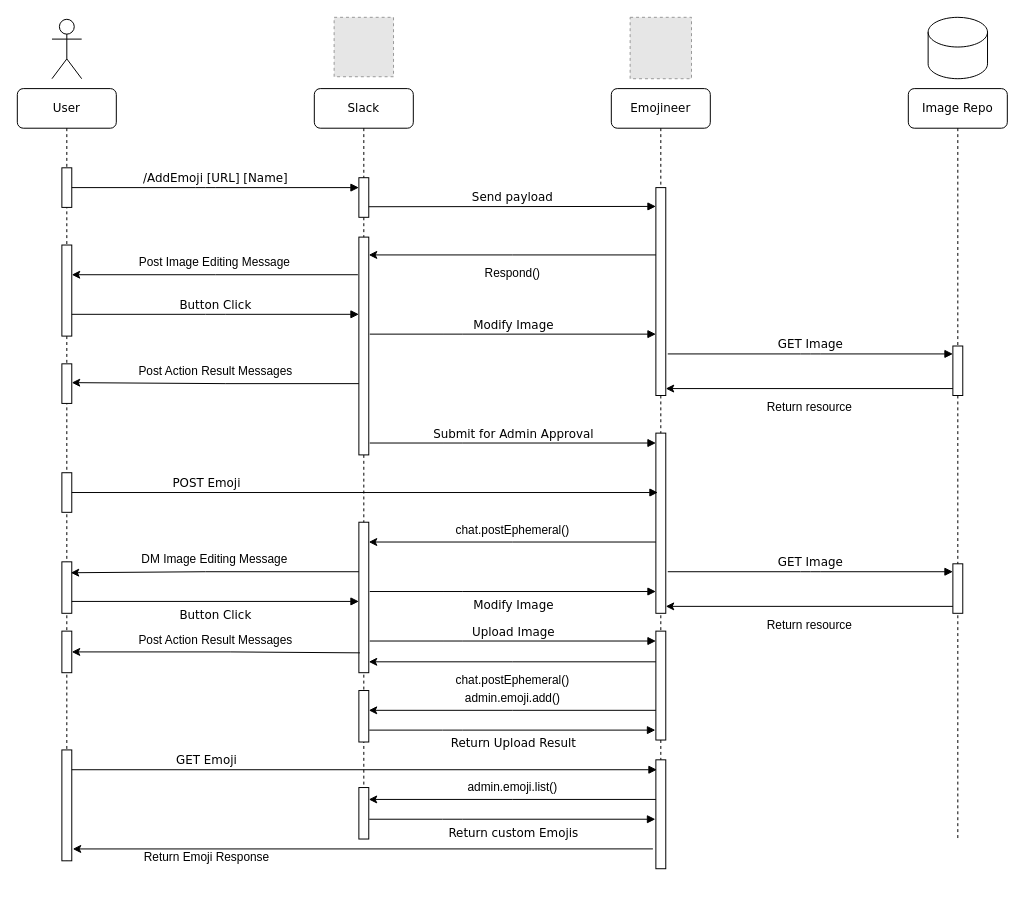
JoshBleggi/Emojineer keeps this draw.io diagram as Diagrams/Interaction Design.drawio. Above is the earlier version. Source tidied: cells renumbered, new cells numbered last; positions are measured from the earlier drawing's top-left corner, leaving out a move shared by most shapes. Both pictures are drawn from the tidied source at 99%, with x=0, y=0 at pixel (17, 17). Pictures stored in the file or linked from it are replaced by grey dashed boxes.
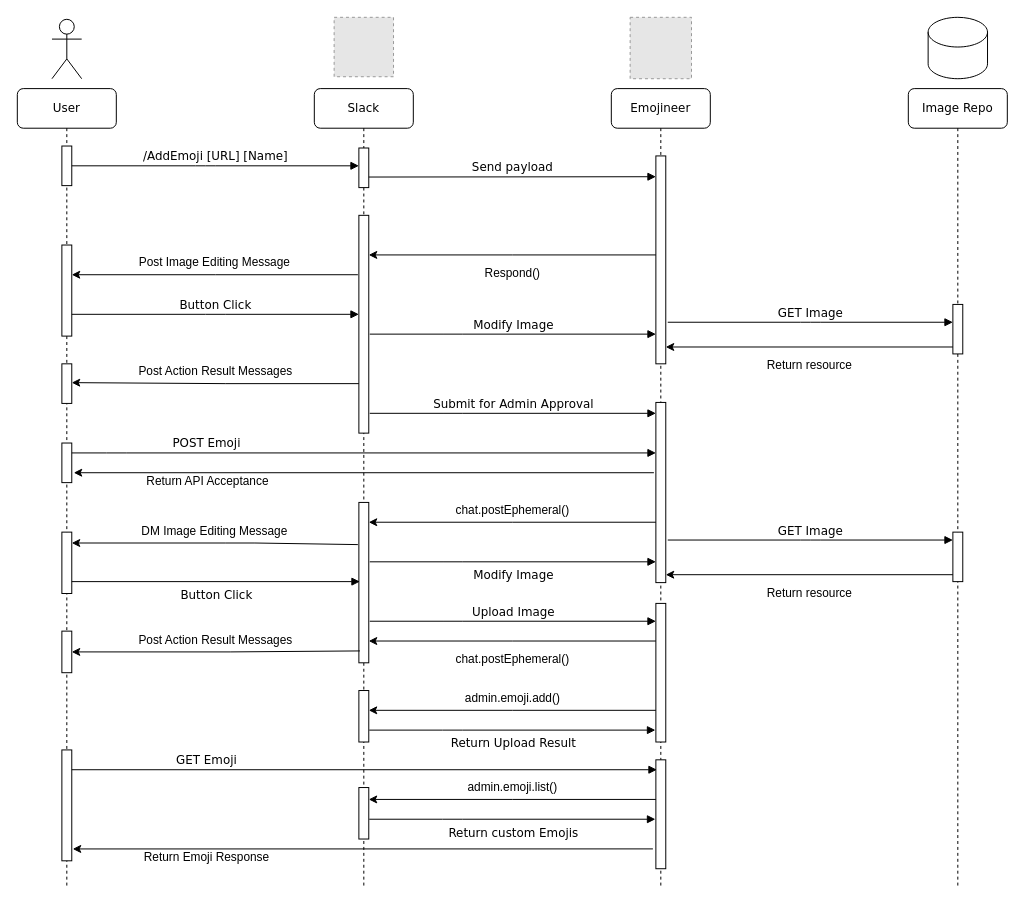
The same page after the edit.

Commit message:
Minor layout tweaks to Interaction Design

Unchanged cells that the change refers to:
```xml
<mxCell id="19" style="html=1;points=[];perimeter=orthogonalPerimeter;rounded=0;shadow=0;comic=0;labelBackgroundColor=none;strokeWidth=1;fontFamily=Verdana;fontSize=12;align=center;" parent="13" vertex="1">
  <mxGeometry x="45" y="548" width="10" height="42" as="geometry" />
</mxCell>
```

The edit, as a diff of the source:
```diff
@@
     <mxCell id="2" value="Slack" style="shape=umlLifeline;perimeter=lifelinePerimeter;whiteSpace=wrap;html=1;rounded=1;shadow=0;comic=0;labelBackgroundColor=none;strokeWidth=1;fontFamily=Verdana;fontSize=12;align=center;" parent="1" vertex="1">
-      <mxGeometry x="300" y="72" width="100" height="758" as="geometry" />
+      <mxGeometry x="300" y="72" width="100" height="808" as="geometry" />
     </mxCell>
     <mxCell id="3" style="html=1;points=[];perimeter=orthogonalPerimeter;rounded=0;shadow=0;comic=0;labelBackgroundColor=none;strokeWidth=1;fontFamily=Verdana;fontSize=12;align=center;" parent="2" vertex="1">
-      <mxGeometry x="45" y="90" width="10" height="40" as="geometry" />
+      <mxGeometry x="45" y="60" width="10" height="40" as="geometry" />
     </mxCell>
     <mxCell id="4" style="html=1;points=[];perimeter=orthogonalPerimeter;rounded=0;shadow=0;comic=0;labelBackgroundColor=none;strokeWidth=1;fontFamily=Verdana;fontSize=12;align=center;" parent="2" vertex="1">
-      <mxGeometry x="45" y="150" width="10" height="220" as="geometry" />
+      <mxGeometry x="45" y="128" width="10" height="220" as="geometry" />
     </mxCell>
     <mxCell id="5" style="html=1;points=[];perimeter=orthogonalPerimeter;rounded=0;shadow=0;comic=0;labelBackgroundColor=none;strokeWidth=1;fontFamily=Verdana;fontSize=12;align=center;" parent="2" vertex="1">
-      <mxGeometry x="45" y="438" width="10" height="152" as="geometry" />
+      <mxGeometry x="45" y="418" width="10" height="162" as="geometry" />
     </mxCell>
@@
+    <mxCell id="54" value="&lt;font style=&quot;font-size: 12px&quot;&gt;Return API Acceptance&lt;br&gt;&lt;/font&gt;" style="endArrow=classic;html=1;rounded=0;fontSize=18;verticalAlign=top;labelBackgroundColor=none;exitX=-0.3;exitY=0.818;exitDx=0;exitDy=0;exitPerimeter=0;entryX=1.1;entryY=0.893;entryDx=0;entryDy=0;entryPerimeter=0;" parent="2" edge="1">
+      <mxGeometry x="0.54" y="-10" relative="1" as="geometry">
+        <mxPoint x="343" y="388" as="sourcePoint" />
+        <mxPoint x="-243" y="388" as="targetPoint" />
+      </mxGeometry>
+    </mxCell>
     <mxCell id="8" value="Emojineer" style="shape=umlLifeline;perimeter=lifelinePerimeter;whiteSpace=wrap;html=1;rounded=1;shadow=0;comic=0;labelBackgroundColor=none;strokeWidth=1;fontFamily=Verdana;fontSize=12;align=center;" parent="1" vertex="1">
-      <mxGeometry x="600" y="72" width="100" height="788" as="geometry" />
+      <mxGeometry x="600" y="72" width="100" height="808" as="geometry" />
     </mxCell>
     <mxCell id="9" style="html=1;points=[];perimeter=orthogonalPerimeter;rounded=0;shadow=0;comic=0;labelBackgroundColor=none;strokeWidth=1;fontFamily=Verdana;fontSize=12;align=center;" parent="8" vertex="1">
-      <mxGeometry x="45" y="100" width="10" height="210" as="geometry" />
+      <mxGeometry x="45" y="68" width="10" height="210" as="geometry" />
     </mxCell>
@@
     <mxCell id="11" style="html=1;points=[];perimeter=orthogonalPerimeter;rounded=0;shadow=0;comic=0;labelBackgroundColor=none;strokeWidth=1;fontFamily=Verdana;fontSize=12;align=center;" parent="8" vertex="1">
-      <mxGeometry x="45" y="348" width="10" height="182" as="geometry" />
+      <mxGeometry x="45" y="317" width="10" height="182" as="geometry" />
     </mxCell>
@@
+    <mxCell id="43" style="html=1;perimeter=orthogonalPerimeter;rounded=0;shadow=0;comic=0;labelBackgroundColor=none;strokeWidth=1;fontFamily=Verdana;fontSize=12;align=center;" parent="8" vertex="1">
+      <mxGeometry x="45" y="520" width="10" height="140" as="geometry" />
+    </mxCell>
     <mxCell id="13" value="User" style="shape=umlLifeline;perimeter=lifelinePerimeter;whiteSpace=wrap;html=1;rounded=1;shadow=0;comic=0;labelBackgroundColor=none;strokeWidth=1;fontFamily=Verdana;fontSize=12;align=center;" parent="1" vertex="1">
-      <mxGeometry y="72" width="100" height="780" as="geometry" />
+      <mxGeometry y="72" width="100" height="808" as="geometry" />
     </mxCell>
     <mxCell id="14" style="html=1;points=[];perimeter=orthogonalPerimeter;rounded=0;shadow=0;comic=0;labelBackgroundColor=none;strokeWidth=1;fontFamily=Verdana;fontSize=12;align=center;" parent="13" vertex="1">
-      <mxGeometry x="45" y="80" width="10" height="40" as="geometry" />
+      <mxGeometry x="45" y="58" width="10" height="40" as="geometry" />
     </mxCell>
@@
     <mxCell id="16" style="html=1;points=[];perimeter=orthogonalPerimeter;rounded=0;shadow=0;comic=0;labelBackgroundColor=none;strokeWidth=1;fontFamily=Verdana;fontSize=12;align=center;" parent="13" vertex="1">
-      <mxGeometry x="45" y="388" width="10" height="40" as="geometry" />
+      <mxGeometry x="45" y="358" width="10" height="40" as="geometry" />
     </mxCell>
     <mxCell id="17" style="html=1;points=[];perimeter=orthogonalPerimeter;rounded=0;shadow=0;comic=0;labelBackgroundColor=none;strokeWidth=1;fontFamily=Verdana;fontSize=12;align=center;" parent="13" vertex="1">
-      <mxGeometry x="45" y="478" width="10" height="52" as="geometry" />
+      <mxGeometry x="45" y="448" width="10" height="62" as="geometry" />
     </mxCell>
@@
     <mxCell id="21" value="/AddEmoji [URL] [Name]" style="html=1;verticalAlign=bottom;endArrow=block;labelBackgroundColor=none;fontFamily=Verdana;fontSize=12;edgeStyle=elbowEdgeStyle;elbow=vertical;" parent="1" edge="1" source="14">
       <mxGeometry relative="1" as="geometry">
-        <mxPoint x="345" y="172" as="targetPoint" />
+        <mxPoint x="345" y="150" as="targetPoint" />
         <Array as="points">
-          <mxPoint x="190" y="172" />
+          <mxPoint x="190" y="150" />
         </Array>
       </mxGeometry>
     </mxCell>
@@
     <mxCell id="27" value="Image Repo" style="shape=umlLifeline;perimeter=lifelinePerimeter;whiteSpace=wrap;html=1;rounded=1;shadow=0;comic=0;labelBackgroundColor=none;strokeWidth=1;fontFamily=Verdana;fontSize=12;align=center;" parent="1" vertex="1">
-      <mxGeometry x="900" y="72" width="100" height="758" as="geometry" />
+      <mxGeometry x="900" y="72" width="100" height="808" as="geometry" />
     </mxCell>
     <mxCell id="28" style="html=1;points=[];perimeter=orthogonalPerimeter;rounded=0;shadow=0;comic=0;labelBackgroundColor=none;strokeWidth=1;fontFamily=Verdana;fontSize=12;align=center;" parent="27" vertex="1">
-      <mxGeometry x="45" y="260" width="10" height="50" as="geometry" />
+      <mxGeometry x="45" y="218" width="10" height="50" as="geometry" />
     </mxCell>
     <mxCell id="29" style="html=1;points=[];perimeter=orthogonalPerimeter;rounded=0;shadow=0;comic=0;labelBackgroundColor=none;strokeWidth=1;fontFamily=Verdana;fontSize=12;align=center;" parent="27" vertex="1">
-      <mxGeometry x="45" y="480" width="10" height="50" as="geometry" />
+      <mxGeometry x="45" y="448" width="10" height="50" as="geometry" />
     </mxCell>
     <mxCell id="30" value="&lt;font style=&quot;font-size: 12px&quot;&gt;Return resource&lt;/font&gt;" style="endArrow=classic;html=1;rounded=0;fontSize=18;verticalAlign=top;labelBackgroundColor=none;exitX=0;exitY=0.86;exitDx=0;exitDy=0;exitPerimeter=0;" parent="27" edge="1" source="29">
       <mxGeometry relative="1" as="geometry">
-        <mxPoint x="-245" y="523" as="targetPoint" />
+        <mxPoint x="-245" y="491" as="targetPoint" />
       </mxGeometry>
     </mxCell>
     <mxCell id="31" value="GET Image" style="html=1;verticalAlign=bottom;endArrow=block;labelBackgroundColor=none;fontFamily=Verdana;fontSize=12;edgeStyle=elbowEdgeStyle;elbow=vertical;exitX=1.2;exitY=0.8;exitDx=0;exitDy=0;exitPerimeter=0;" parent="27" edge="1" target="29">
       <mxGeometry relative="1" as="geometry">
-        <mxPoint x="-243" y="488" as="sourcePoint" />
+        <mxPoint x="-243" y="456" as="sourcePoint" />
       </mxGeometry>
     </mxCell>
@@
     <mxCell id="37" value="Submit for Admin Approval" style="html=1;verticalAlign=bottom;endArrow=block;labelBackgroundColor=none;fontFamily=Verdana;fontSize=12;edgeStyle=elbowEdgeStyle;elbow=vertical;" parent="1" edge="1">
       <mxGeometry relative="1" as="geometry">
-        <mxPoint x="356" y="430" as="sourcePoint" />
-        <mxPoint x="645" y="430" as="targetPoint" />
+        <mxPoint x="356" y="400" as="sourcePoint" />
+        <mxPoint x="645" y="400" as="targetPoint" />
         <Array as="points">
-          <mxPoint x="440" y="430" />
+          <mxPoint x="440" y="400" />
         </Array>
       </mxGeometry>
     </mxCell>
-    <mxCell id="38" value="POST Emoji" style="html=1;verticalAlign=bottom;endArrow=block;labelBackgroundColor=none;fontFamily=Verdana;fontSize=12;edgeStyle=elbowEdgeStyle;elbow=vertical;entryX=0.2;entryY=0.33;entryDx=0;entryDy=0;entryPerimeter=0;" parent="1" edge="1" source="16" target="11">
+    <mxCell id="38" value="POST Emoji" style="html=1;verticalAlign=bottom;endArrow=block;labelBackgroundColor=none;fontFamily=Verdana;fontSize=12;edgeStyle=elbowEdgeStyle;elbow=vertical;" parent="1" edge="1" source="16" target="11">
       <mxGeometry x="-0.54" relative="1" as="geometry">
         <Array as="points">
+          <mxPoint x="100" y="440" />
+          <mxPoint x="300" y="449" />
           <mxPoint x="245" y="480" />
         </Array>
       </mxGeometry>
     </mxCell>
     <mxCell id="39" value="&lt;font style=&quot;font-size: 12px&quot;&gt;chat.postEphemeral()&lt;br&gt;&lt;/font&gt;" style="endArrow=classic;html=1;rounded=0;fontSize=18;verticalAlign=bottom;labelBackgroundColor=none;" parent="1" edge="1">
       <mxGeometry relative="1" as="geometry">
-        <mxPoint x="645" y="530" as="sourcePoint" />
-        <mxPoint x="355" y="530" as="targetPoint" />
+        <mxPoint x="645" y="510" as="sourcePoint" />
+        <mxPoint x="355" y="510" as="targetPoint" />
         <Array as="points">
-          <mxPoint x="500" y="530" />
+          <mxPoint x="500" y="510" />
         </Array>
       </mxGeometry>
     </mxCell>
-    <mxCell id="40" value="&lt;font style=&quot;font-size: 12px&quot;&gt;DM Image Editing Message&lt;/font&gt;" style="endArrow=classic;html=1;rounded=0;fontSize=18;verticalAlign=bottom;labelBackgroundColor=none;entryX=0.9;entryY=0.212;entryDx=0;entryDy=0;entryPerimeter=0;" parent="1" edge="1" source="5" target="17">
+    <mxCell id="40" value="&lt;font style=&quot;font-size: 12px&quot;&gt;DM Image Editing Message&lt;/font&gt;" style="endArrow=classic;html=1;rounded=0;fontSize=18;verticalAlign=bottom;labelBackgroundColor=none;exitX=-0.1;exitY=0.263;exitDx=0;exitDy=0;exitPerimeter=0;" parent="1" edge="1" source="5" target="17">
       <mxGeometry relative="1" as="geometry">
         <Array as="points">
-          <mxPoint x="190" y="560" />
+          <mxPoint x="240" y="531" />
+          <mxPoint x="210" y="531" />
         </Array>
       </mxGeometry>
     </mxCell>
-    <mxCell id="41" value="Button Click" style="html=1;verticalAlign=top;endArrow=block;labelBackgroundColor=none;fontFamily=Verdana;fontSize=12;edgeStyle=elbowEdgeStyle;elbow=vertical;entryX=0;entryY=0.526;entryDx=0;entryDy=0;entryPerimeter=0;" parent="1" edge="1" source="17" target="5">
+    <mxCell id="41" value="Button Click" style="html=1;verticalAlign=top;endArrow=block;labelBackgroundColor=none;fontFamily=Verdana;fontSize=12;edgeStyle=elbowEdgeStyle;elbow=vertical;entryX=0.1;entryY=0.488;entryDx=0;entryDy=0;entryPerimeter=0;" parent="1" edge="1" source="17" target="5">
       <mxGeometry relative="1" as="geometry">
         <Array as="points">
+          <mxPoint x="160" y="570" />
           <mxPoint x="260" y="590" />
         </Array>
       </mxGeometry>
     </mxCell>
     <mxCell id="42" value="Modify Image" style="html=1;verticalAlign=top;endArrow=block;labelBackgroundColor=none;fontFamily=Verdana;fontSize=12;edgeStyle=elbowEdgeStyle;elbow=vertical;" parent="1" edge="1">
       <mxGeometry relative="1" as="geometry">
-        <mxPoint x="356" y="580" as="sourcePoint" />
-        <mxPoint x="645" y="580" as="targetPoint" />
+        <mxPoint x="356" y="550" as="sourcePoint" />
+        <mxPoint x="645" y="550" as="targetPoint" />
         <Array as="points">
-          <mxPoint x="440" y="580" />
+          <mxPoint x="440" y="550" />
         </Array>
       </mxGeometry>
     </mxCell>
-    <mxCell id="43" style="html=1;perimeter=orthogonalPerimeter;rounded=0;shadow=0;comic=0;labelBackgroundColor=none;strokeWidth=1;fontFamily=Verdana;fontSize=12;align=center;" parent="1" vertex="1">
-      <mxGeometry x="645" y="620" width="10" height="110" as="geometry" />
-    </mxCell>
     <mxCell id="44" value="Upload Image" style="html=1;verticalAlign=bottom;endArrow=block;labelBackgroundColor=none;fontFamily=Verdana;fontSize=12;edgeStyle=elbowEdgeStyle;elbow=vertical;" parent="1" edge="1">
       <mxGeometry relative="1" as="geometry">
-        <mxPoint x="356" y="630" as="sourcePoint" />
-        <mxPoint x="645" y="630" as="targetPoint" />
+        <mxPoint x="356" y="610" as="sourcePoint" />
+        <mxPoint x="645" y="610" as="targetPoint" />
         <Array as="points">
-          <mxPoint x="440" y="630" />
+          <mxPoint x="440" y="610" />
         </Array>
       </mxGeometry>
     </mxCell>
@@
     <mxCell id="46" value="&lt;font style=&quot;font-size: 12px&quot;&gt;chat.postEphemeral()&lt;br&gt;&lt;/font&gt;" style="endArrow=classic;html=1;rounded=0;fontSize=18;verticalAlign=top;labelBackgroundColor=none;" parent="1" edge="1">
       <mxGeometry relative="1" as="geometry">
-        <mxPoint x="645" y="651" as="sourcePoint" />
-        <mxPoint x="355" y="651" as="targetPoint" />
+        <mxPoint x="645" y="630" as="sourcePoint" />
+        <mxPoint x="355" y="630" as="targetPoint" />
         <Array as="points">
-          <mxPoint x="500" y="651" />
+          <mxPoint x="500" y="630" />
         </Array>
       </mxGeometry>
     </mxCell>
@@
-    <mxCell id="49" value="&lt;font style=&quot;font-size: 12px&quot;&gt;Post Action Result Messages&lt;/font&gt;" style="endArrow=classic;html=1;rounded=0;fontSize=18;verticalAlign=bottom;labelBackgroundColor=none;exitX=0.1;exitY=0.868;exitDx=0;exitDy=0;exitPerimeter=0;" parent="1" edge="1" source="5" target="19">
+    <mxCell id="49" value="&lt;font style=&quot;font-size: 12px&quot;&gt;Post Action Result Messages&lt;/font&gt;" style="endArrow=classic;html=1;rounded=0;fontSize=18;verticalAlign=bottom;labelBackgroundColor=none;exitX=0.1;exitY=0.926;exitDx=0;exitDy=0;exitPerimeter=0;" parent="1" edge="1" source="5" target="19">
       <mxGeometry relative="1" as="geometry">
         <Array as="points">
           <mxPoint x="215" y="641" />
         </Array>
       </mxGeometry>
     </mxCell>
```
